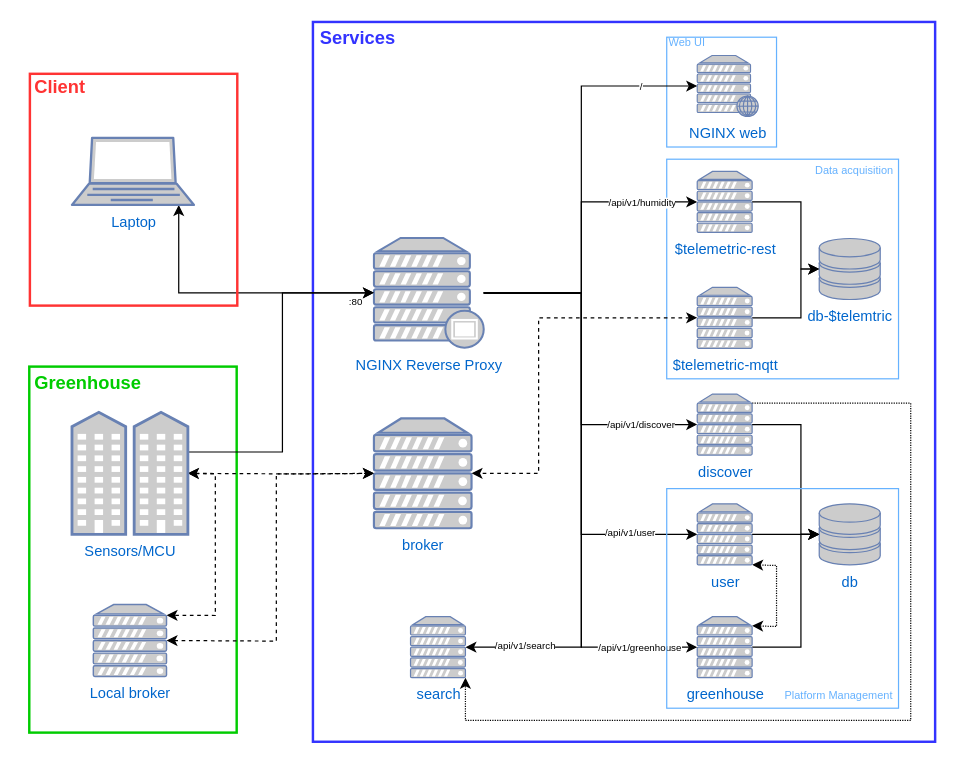
dvcorreia/greenscale keeps this draw.io diagram as docs/assets/architecture-diagram.drawio. Above is the earlier version. Source tidied: cells renumbered, new cells numbered last; positions are measured from the earlier drawing's top-left corner, leaving out a move shared by most shapes. Both pictures are drawn from the tidied source at 122%, with x=0, y=0 at pixel (29, 22).
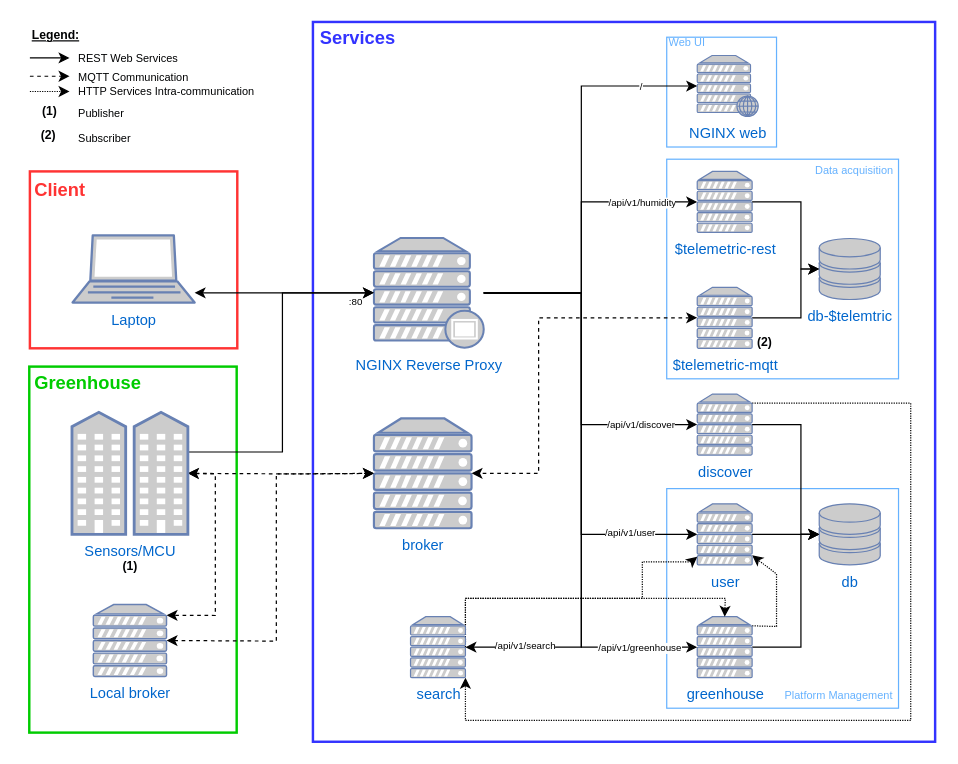
Above is the later version.

Commit message (it also covers changes not shown here):
update on the platform architecture diagram

Unchanged cells that the change refers to:
```xml
<mxCell id="28" value="user" style="fontColor=#0066CC;verticalAlign=top;verticalLabelPosition=bottom;labelPosition=center;align=center;html=1;outlineConnect=0;fillColor=#CCCCCC;strokeColor=#6881B3;gradientColor=none;gradientDirection=north;strokeWidth=2;shape=mxgraph.networks.server;" parent="1" vertex="1">
  <mxGeometry x="547" y="394.5" width="45" height="50" as="geometry" />
</mxCell>
<mxCell id="33" value="greenhouse&lt;br&gt;" style="fontColor=#0066CC;verticalAlign=top;verticalLabelPosition=bottom;labelPosition=center;align=center;html=1;outlineConnect=0;fillColor=#CCCCCC;strokeColor=#6881B3;gradientColor=none;gradientDirection=north;strokeWidth=2;shape=mxgraph.networks.server;" parent="1" vertex="1">
  <mxGeometry x="547" y="487" width="45" height="50" as="geometry" />
</mxCell>
<mxCell id="41" value="search" style="fontColor=#0066CC;verticalAlign=top;verticalLabelPosition=bottom;labelPosition=center;align=center;html=1;outlineConnect=0;fillColor=#CCCCCC;strokeColor=#6881B3;gradientColor=none;gradientDirection=north;strokeWidth=2;shape=mxgraph.networks.server;" parent="1" vertex="1">
  <mxGeometry x="312" y="487" width="45" height="50" as="geometry" />
</mxCell>
```

Diff of the diagram source:
```diff
@@
+    <mxCell id="52" style="rounded=0;whiteSpace=wrap;html=1;strokeColor=#66B2FF;strokeWidth=1;fillColor=none;fontSize=10;fontColor=#66B2FF;align=left;" parent="1" vertex="1">
+      <mxGeometry x="522" y="382" width="190" height="180" as="geometry" />
+    </mxCell>
+    <mxCell id="46" style="rounded=0;whiteSpace=wrap;html=1;fillColor=none;strokeColor=#FF3333;strokeWidth=2;" parent="1" vertex="1">
+      <mxGeometry y="122" width="170" height="145" as="geometry" />
+    </mxCell>
@@
     <mxCell id="9" value="Laptop" style="fontColor=#0066CC;verticalAlign=top;verticalLabelPosition=bottom;labelPosition=center;align=center;html=1;outlineConnect=0;fillColor=#CCCCCC;strokeColor=#6881B3;gradientColor=none;gradientDirection=north;strokeWidth=2;shape=mxgraph.networks.laptop;" parent="1" vertex="1">
-      <mxGeometry x="34.5" y="94.5" width="100" height="55" as="geometry" />
+      <mxGeometry x="35" y="174.5" width="100" height="55" as="geometry" />
     </mxCell>
@@
-    <mxCell id="27" style="edgeStyle=none;rounded=0;jettySize=auto;html=1;entryX=1;entryY=0.15;entryDx=0;entryDy=0;entryPerimeter=0;exitX=1;exitY=1;exitDx=0;exitDy=0;exitPerimeter=0;dashed=1;dashPattern=1 1;startArrow=classic;startFill=1;" parent="1" edge="1" source="28" target="33">
+    <mxCell id="27" style="edgeStyle=none;rounded=0;jettySize=auto;html=1;exitX=1;exitY=0.15;exitDx=0;exitDy=0;exitPerimeter=0;dashed=1;dashPattern=1 1;startArrow=none;startFill=0;" parent="1" edge="1" source="33" target="28">
       <mxGeometry relative="1" as="geometry">
         <Array as="points">
-          <mxPoint x="612" y="445" />
           <mxPoint x="612" y="495" />
+          <mxPoint x="612" y="452" />
         </Array>
       </mxGeometry>
     </mxCell>
@@
+    <mxCell id="54" style="edgeStyle=none;rounded=0;jettySize=auto;html=1;exitX=1;exitY=0.5;exitDx=0;exitDy=0;exitPerimeter=0;dashed=1;dashPattern=1 1;startArrow=none;startFill=0;fontSize=10;fontColor=#010203;" parent="1" edge="1" source="41" target="28">
+      <mxGeometry relative="1" as="geometry">
+        <Array as="points">
+          <mxPoint x="357" y="472" />
+          <mxPoint x="502" y="472" />
+          <mxPoint x="502" y="442" />
+          <mxPoint x="542" y="442" />
+        </Array>
+      </mxGeometry>
+    </mxCell>
+    <mxCell id="55" style="edgeStyle=none;rounded=0;jettySize=auto;html=1;exitX=1;exitY=0.5;exitDx=0;exitDy=0;exitPerimeter=0;entryX=0.5;entryY=0;entryDx=0;entryDy=0;entryPerimeter=0;dashed=1;dashPattern=1 1;startArrow=none;startFill=0;fontSize=10;fontColor=#010203;" parent="1" edge="1" source="41" target="33">
+      <mxGeometry relative="1" as="geometry">
+        <Array as="points">
+          <mxPoint x="357" y="472" />
+          <mxPoint x="570" y="472" />
+        </Array>
+      </mxGeometry>
+    </mxCell>
@@
-    <mxCell id="46" style="rounded=0;whiteSpace=wrap;html=1;fillColor=none;strokeColor=#FF3333;strokeWidth=2;" parent="1" vertex="1">
-      <mxGeometry y="42" width="170" height="190" as="geometry" />
-    </mxCell>
     <mxCell id="47" value="&lt;font color=&quot;#ff3333&quot; style=&quot;font-size: 15px;&quot;&gt;&lt;b style=&quot;font-size: 15px;&quot;&gt;Client&lt;/b&gt;&lt;/font&gt;" style="text;html=1;align=left;verticalAlign=middle;fillColor=none;strokeColor=none;rounded=0;fontSize=15;" parent="1" vertex="1">
-      <mxGeometry x="2" y="42" width="50" height="20" as="geometry" />
+      <mxGeometry x="2" y="127" width="50" height="20" as="geometry" />
     </mxCell>
@@
-    <mxCell id="52" style="rounded=0;whiteSpace=wrap;html=1;strokeColor=#66B2FF;strokeWidth=1;fillColor=none;fontSize=10;fontColor=#66B2FF;align=left;" parent="1" vertex="1">
-      <mxGeometry x="522" y="382" width="190" height="180" as="geometry" />
-    </mxCell>
@@
+    <mxCell id="56" style="edgeStyle=none;rounded=0;orthogonalLoop=1;jettySize=auto;html=1;exitX=0.5;exitY=0;exitDx=0;exitDy=0;dashed=1;dashPattern=1 1;startArrow=classic;startFill=1;fontSize=9;fontColor=#010203;" parent="1" edge="1" source="46" target="46">
+      <mxGeometry relative="1" as="geometry" />
+    </mxCell>
+    <mxCell id="57" style="endArrow=classic;html=1;fontSize=9;fontColor=#66B2FF;" parent="1" edge="1">
+      <mxGeometry relative="1" as="geometry">
+        <mxPoint y="29" as="sourcePoint" />
+        <mxPoint x="32.5" y="29" as="targetPoint" />
+      </mxGeometry>
+    </mxCell>
+    <mxCell id="58" value="REST Web Services" style="text;html=1;align=left;verticalAlign=middle;fillColor=none;strokeColor=none;rounded=0;fontSize=9;fontColor=#010203;fontStyle=0;" parent="1" vertex="1">
+      <mxGeometry x="37.5" y="19.5" width="100" height="20" as="geometry" />
+    </mxCell>
+    <mxCell id="59" style="endArrow=classic;html=1;dashed=1;fontSize=9;fontColor=#66B2FF;" parent="1" edge="1">
+      <mxGeometry relative="1" as="geometry">
+        <mxPoint y="44" as="sourcePoint" />
+        <mxPoint x="32.5" y="44" as="targetPoint" />
+      </mxGeometry>
+    </mxCell>
+    <mxCell id="60" value="MQTT Communication" style="text;html=1;align=left;verticalAlign=middle;fillColor=none;strokeColor=none;rounded=0;fontSize=9;fontColor=#010203;fontStyle=0;" parent="1" vertex="1">
+      <mxGeometry x="37.5" y="34.5" width="110" height="20" as="geometry" />
+    </mxCell>
+    <mxCell id="61" style="endArrow=classic;html=1;fontSize=9;fontColor=#66B2FF;dashed=1;dashPattern=1 1;" parent="1" edge="1">
+      <mxGeometry relative="1" as="geometry">
+        <mxPoint y="56.5" as="sourcePoint" />
+        <mxPoint x="32.5" y="56.5" as="targetPoint" />
+      </mxGeometry>
+    </mxCell>
+    <mxCell id="62" value="HTTP Services Intra-communication" style="text;html=1;align=left;verticalAlign=middle;fillColor=none;strokeColor=none;rounded=0;fontSize=9;fontColor=#010203;fontStyle=0;" parent="1" vertex="1">
+      <mxGeometry x="37.5" y="47" width="160" height="20" as="geometry" />
+    </mxCell>
+    <mxCell id="63" value="(1)" style="text;html=1;align=center;verticalAlign=middle;fillColor=none;strokeColor=none;rounded=0;fontSize=10;fontColor=#010203;fontStyle=1;" parent="1" vertex="1">
+      <mxGeometry x="0.5" y="62" width="30" height="20" as="geometry" />
+    </mxCell>
+    <mxCell id="64" value="Publisher" style="text;html=1;align=left;verticalAlign=middle;fillColor=none;strokeColor=none;rounded=0;fontSize=9;fontColor=#010203;fontStyle=0;" parent="1" vertex="1">
+      <mxGeometry x="37.5" y="64.5" width="50" height="20" as="geometry" />
+    </mxCell>
+    <mxCell id="65" value="(2)" style="text;html=1;align=center;verticalAlign=middle;fillColor=none;strokeColor=none;rounded=0;fontSize=10;fontColor=#010203;fontStyle=1;" parent="1" vertex="1">
+      <mxGeometry y="82" width="30" height="20" as="geometry" />
+    </mxCell>
+    <mxCell id="66" value="Subscriber" style="text;html=1;align=left;verticalAlign=middle;fillColor=none;strokeColor=none;rounded=0;fontSize=9;fontColor=#010203;fontStyle=0;" parent="1" vertex="1">
+      <mxGeometry x="37.5" y="84.5" width="60" height="20" as="geometry" />
+    </mxCell>
+    <mxCell id="67" value="(1)" style="text;html=1;align=center;verticalAlign=middle;fillColor=none;strokeColor=none;rounded=0;fontSize=10;fontColor=#010203;fontStyle=1;" parent="1" vertex="1">
+      <mxGeometry x="67" y="434.5" width="30" height="20" as="geometry" />
+    </mxCell>
+    <mxCell id="68" value="(2)" style="text;html=1;align=center;verticalAlign=middle;fillColor=none;strokeColor=none;rounded=0;fontSize=10;fontColor=#010203;fontStyle=1;" parent="1" vertex="1">
+      <mxGeometry x="587" y="252" width="30" height="20" as="geometry" />
+    </mxCell>
+    <mxCell id="69" value="Legend:" style="text;html=1;align=left;verticalAlign=middle;fillColor=none;strokeColor=none;rounded=0;fontSize=10;fontColor=#010203;fontStyle=5;" parent="1" vertex="1">
+      <mxGeometry y="-0.5" width="50" height="20" as="geometry" />
+    </mxCell>
```
